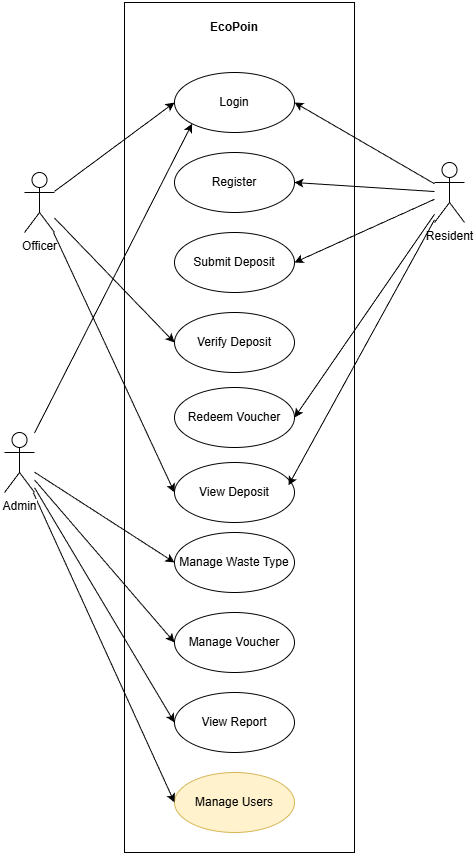
Before: SD/1-Use Case.png, a diagram exported from draw.io (riizlaah/ecopoin). Source tidied: cells renumbered, new cells last; positions are measured from the earlier drawing's top-left corner, leaving out a move shared by most shapes.
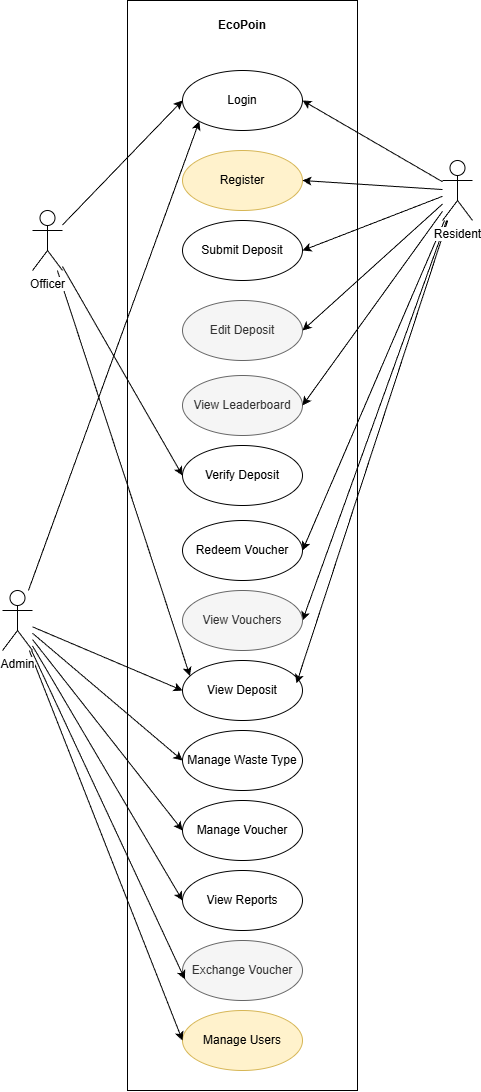
After the change.

What changed in the source:
```diff
@@ -3,7 +3,7 @@
     <mxCell id="0" />
     <mxCell id="1" parent="0" />
     <mxCell id="2" style="rounded=0;whiteSpace=wrap;html=1;" parent="1" vertex="1">
-      <mxGeometry x="120" width="230" height="850" as="geometry" />
+      <mxGeometry x="115" width="230" height="1090" as="geometry" />
     </mxCell>
     <mxCell id="3" value="EcoPoin" style="text;html=1;whiteSpace=wrap;strokeColor=none;fillColor=none;align=center;verticalAlign=middle;rounded=0;fontStyle=1;" parent="1" vertex="1">
       <mxGeometry x="200" y="10" width="60" height="30" as="geometry" />
@@ -11,80 +11,107 @@
     <mxCell id="4" value="Login" style="ellipse;whiteSpace=wrap;html=1;" parent="1" vertex="1">
       <mxGeometry x="170" y="70" width="120" height="60" as="geometry" />
     </mxCell>
-    <mxCell id="5" value="Register" style="ellipse;whiteSpace=wrap;html=1;" parent="1" vertex="1">
+    <mxCell id="5" value="Register" style="ellipse;whiteSpace=wrap;html=1;fillColor=#fff2cc;strokeColor=#d6b656;" parent="1" vertex="1">
       <mxGeometry x="170" y="150" width="120" height="60" as="geometry" />
     </mxCell>
     <mxCell id="6" value="Submit Deposit" style="ellipse;whiteSpace=wrap;html=1;" parent="1" vertex="1">
-      <mxGeometry x="170" y="230" width="120" height="60" as="geometry" />
+      <mxGeometry x="170" y="220" width="120" height="60" as="geometry" />
     </mxCell>
     <mxCell id="7" value="Verify Deposit" style="ellipse;whiteSpace=wrap;html=1;" parent="1" vertex="1">
-      <mxGeometry x="170" y="310" width="120" height="60" as="geometry" />
+      <mxGeometry x="170" y="445" width="120" height="60" as="geometry" />
     </mxCell>
     <mxCell id="8" value="Redeem Voucher" style="ellipse;whiteSpace=wrap;html=1;" parent="1" vertex="1">
-      <mxGeometry x="170" y="385" width="120" height="60" as="geometry" />
+      <mxGeometry x="170" y="520" width="120" height="60" as="geometry" />
     </mxCell>
     <mxCell id="9" value="View Deposit" style="ellipse;whiteSpace=wrap;html=1;" parent="1" vertex="1">
-      <mxGeometry x="170" y="460" width="120" height="60" as="geometry" />
+      <mxGeometry x="170" y="660" width="120" height="60" as="geometry" />
     </mxCell>
     <mxCell id="10" value="Manage Waste Type" style="ellipse;whiteSpace=wrap;html=1;" parent="1" vertex="1">
-      <mxGeometry x="170" y="530" width="120" height="60" as="geometry" />
+      <mxGeometry x="170" y="730" width="120" height="60" as="geometry" />
     </mxCell>
     <mxCell id="11" value="Manage Voucher" style="ellipse;whiteSpace=wrap;html=1;" parent="1" vertex="1">
-      <mxGeometry x="170" y="610" width="120" height="60" as="geometry" />
+      <mxGeometry x="170" y="800" width="120" height="60" as="geometry" />
     </mxCell>
-    <mxCell id="12" value="View Report" style="ellipse;whiteSpace=wrap;html=1;" parent="1" vertex="1">
-      <mxGeometry x="170" y="690" width="120" height="60" as="geometry" />
+    <mxCell id="12" value="View Reports" style="ellipse;whiteSpace=wrap;html=1;" parent="1" vertex="1">
+      <mxGeometry x="170" y="870" width="120" height="60" as="geometry" />
     </mxCell>
     <mxCell id="13" value="Manage Users" style="ellipse;whiteSpace=wrap;html=1;fillColor=#fff2cc;strokeColor=#d6b656;" parent="1" vertex="1">
-      <mxGeometry x="170" y="770" width="120" height="60" as="geometry" />
+      <mxGeometry x="170" y="1010" width="120" height="60" as="geometry" />
     </mxCell>
-    <mxCell id="14" style="rounded=0;jettySize=auto;html=1;entryX=1;entryY=0.5;entryDx=0;entryDy=0;" parent="1" edge="1" source="18" target="4">
+    <mxCell id="14" style="rounded=0;jettySize=auto;html=1;entryX=1;entryY=0.5;entryDx=0;entryDy=0;" parent="1" edge="1" source="35" target="4">
       <mxGeometry relative="1" as="geometry" />
     </mxCell>
-    <mxCell id="15" style="rounded=0;jettySize=auto;html=1;entryX=1;entryY=0.5;entryDx=0;entryDy=0;" parent="1" edge="1" source="18" target="5">
+    <mxCell id="15" style="rounded=0;jettySize=auto;html=1;entryX=1;entryY=0.5;entryDx=0;entryDy=0;" parent="1" edge="1" source="35" target="5">
       <mxGeometry relative="1" as="geometry" />
     </mxCell>
-    <mxCell id="16" style="rounded=0;jettySize=auto;html=1;entryX=1;entryY=0.5;entryDx=0;entryDy=0;" parent="1" edge="1" source="18" target="6">
+    <mxCell id="16" style="rounded=0;jettySize=auto;html=1;entryX=1;entryY=0.5;entryDx=0;entryDy=0;" parent="1" edge="1" source="35" target="6">
       <mxGeometry relative="1" as="geometry" />
     </mxCell>
-    <mxCell id="17" style="rounded=0;jettySize=auto;html=1;entryX=1;entryY=0.5;entryDx=0;entryDy=0;" parent="1" edge="1" source="18" target="8">
+    <mxCell id="17" style="rounded=0;jettySize=auto;html=1;entryX=1;entryY=0.5;entryDx=0;entryDy=0;" parent="1" edge="1" source="35" target="8">
       <mxGeometry relative="1" as="geometry" />
     </mxCell>
-    <mxCell id="18" value="Resident" style="shape=umlActor;verticalLabelPosition=bottom;verticalAlign=top;html=1;outlineConnect=0;" parent="1" vertex="1">
-      <mxGeometry x="430" y="160" width="30" height="60" as="geometry" />
+    <mxCell id="18" style="rounded=0;jettySize=auto;html=1;entryX=1;entryY=0.5;entryDx=0;entryDy=0;" parent="1" edge="1" source="35" target="31">
+      <mxGeometry relative="1" as="geometry" />
     </mxCell>
-    <mxCell id="19" style="rounded=0;jettySize=auto;html=1;entryX=0;entryY=1;entryDx=0;entryDy=0;" parent="1" edge="1" source="24" target="4">
+    <mxCell id="19" style="rounded=0;jettySize=auto;html=1;entryX=0;entryY=1;entryDx=0;entryDy=0;" parent="1" edge="1" source="25" target="4">
       <mxGeometry relative="1" as="geometry" />
     </mxCell>
-    <mxCell id="20" style="rounded=0;jettySize=auto;html=1;entryX=0;entryY=0.5;entryDx=0;entryDy=0;" parent="1" edge="1" source="24" target="10">
+    <mxCell id="20" style="rounded=0;jettySize=auto;html=1;entryX=0;entryY=0.5;entryDx=0;entryDy=0;" parent="1" edge="1" source="25" target="10">
       <mxGeometry relative="1" as="geometry" />
     </mxCell>
-    <mxCell id="21" style="rounded=0;jettySize=auto;html=1;entryX=0;entryY=0.5;entryDx=0;entryDy=0;" parent="1" edge="1" source="24" target="11">
+    <mxCell id="21" style="rounded=0;jettySize=auto;html=1;entryX=0;entryY=0.5;entryDx=0;entryDy=0;" parent="1" edge="1" source="25" target="11">
       <mxGeometry relative="1" as="geometry" />
     </mxCell>
-    <mxCell id="22" style="rounded=0;jettySize=auto;html=1;entryX=0;entryY=0.5;entryDx=0;entryDy=0;" parent="1" edge="1" source="24" target="12">
+    <mxCell id="22" style="rounded=0;jettySize=auto;html=1;entryX=0;entryY=0.5;entryDx=0;entryDy=0;" parent="1" edge="1" source="25" target="12">
       <mxGeometry relative="1" as="geometry" />
     </mxCell>
-    <mxCell id="23" style="rounded=0;jettySize=auto;html=1;entryX=0;entryY=0.5;entryDx=0;entryDy=0;" parent="1" edge="1" source="24" target="13">
+    <mxCell id="23" style="rounded=0;jettySize=auto;html=1;entryX=0;entryY=0.5;entryDx=0;entryDy=0;" parent="1" edge="1" source="25" target="13">
       <mxGeometry relative="1" as="geometry" />
     </mxCell>
-    <mxCell id="24" value="Admin" style="shape=umlActor;verticalLabelPosition=bottom;verticalAlign=top;html=1;outlineConnect=0;fillColor=default;labelBackgroundColor=default;" parent="1" vertex="1">
-      <mxGeometry y="430" width="30" height="60" as="geometry" />
+    <mxCell id="24" style="rounded=0;jettySize=auto;html=1;entryX=0;entryY=0.5;entryDx=0;entryDy=0;" parent="1" edge="1" source="25" target="9">
+      <mxGeometry relative="1" as="geometry" />
     </mxCell>
-    <mxCell id="25" style="rounded=0;jettySize=auto;html=1;entryX=0;entryY=0.5;entryDx=0;entryDy=0;" parent="1" edge="1" source="28" target="4">
-      <mxGeometry relative="1" as="geometry" />
+    <mxCell id="25" value="Admin" style="shape=umlActor;verticalLabelPosition=bottom;verticalAlign=top;html=1;outlineConnect=0;fillColor=default;labelBackgroundColor=default;" parent="1" vertex="1">
+      <mxGeometry x="-10" y="590" width="30" height="60" as="geometry" />
     </mxCell>
-    <mxCell id="26" style="rounded=0;jettySize=auto;html=1;entryX=0;entryY=0.5;entryDx=0;entryDy=0;" parent="1" edge="1" source="28" target="7">
+    <mxCell id="26" style="rounded=0;jettySize=auto;html=1;entryX=0;entryY=0.5;entryDx=0;entryDy=0;" parent="1" edge="1" source="29" target="4">
       <mxGeometry relative="1" as="geometry" />
     </mxCell>
-    <mxCell id="27" style="rounded=0;jettySize=auto;html=1;entryX=0;entryY=0.5;entryDx=0;entryDy=0;" parent="1" edge="1" source="28" target="9">
+    <mxCell id="27" style="rounded=0;jettySize=auto;html=1;entryX=0;entryY=0.5;entryDx=0;entryDy=0;" parent="1" edge="1" source="29" target="7">
       <mxGeometry relative="1" as="geometry" />
     </mxCell>
-    <mxCell id="28" value="Officer" style="shape=umlActor;verticalLabelPosition=bottom;verticalAlign=top;html=1;outlineConnect=0;" parent="1" vertex="1">
-      <mxGeometry x="20" y="170" width="30" height="60" as="geometry" />
+    <mxCell id="28" style="rounded=0;jettySize=auto;html=1;entryX=0.062;entryY=0.257;entryDx=0;entryDy=0;entryPerimeter=0;" parent="1" edge="1" source="29" target="9">
+      <mxGeometry relative="1" as="geometry" />
     </mxCell>
-    <mxCell id="29" style="rounded=0;jettySize=auto;html=1;entryX=0.95;entryY=0.38;entryDx=0;entryDy=0;entryPerimeter=0;" parent="1" edge="1" source="18" target="9">
-      <mxGeometry relative="1" as="geometry" />
+    <mxCell id="29" value="Officer" style="shape=umlActor;verticalLabelPosition=bottom;verticalAlign=top;html=1;outlineConnect=0;labelBackgroundColor=default;" parent="1" vertex="1">
+      <mxGeometry x="20" y="210" width="30" height="60" as="geometry" />
     </mxCell>
+    <mxCell id="30" style="rounded=0;jettySize=auto;html=1;entryX=0.95;entryY=0.38;entryDx=0;entryDy=0;entryPerimeter=0;" parent="1" edge="1" source="35" target="9">
+      <mxGeometry relative="1" as="geometry" />
+    </mxCell>
+    <mxCell id="31" value="Edit Deposit" style="ellipse;whiteSpace=wrap;html=1;fillColor=#f5f5f5;fontColor=#333333;strokeColor=#666666;" parent="1" vertex="1">
+      <mxGeometry x="170" y="300" width="120" height="60" as="geometry" />
+    </mxCell>
+    <mxCell id="32" value="View Leaderboard" style="ellipse;whiteSpace=wrap;html=1;fillColor=#f5f5f5;fontColor=#333333;strokeColor=#666666;" parent="1" vertex="1">
+      <mxGeometry x="170" y="375" width="120" height="60" as="geometry" />
+    </mxCell>
+    <mxCell id="33" style="rounded=0;jettySize=auto;html=1;entryX=1;entryY=0.5;entryDx=0;entryDy=0;" parent="1" edge="1" source="35" target="32">
+      <mxGeometry relative="1" as="geometry" />
+    </mxCell>
+    <mxCell id="34" style="rounded=0;jettySize=auto;html=1;entryX=1;entryY=0.5;entryDx=0;entryDy=0;" parent="1" edge="1" source="35" target="36">
+      <mxGeometry relative="1" as="geometry" />
+    </mxCell>
+    <mxCell id="35" value="Resident" style="shape=umlActor;verticalLabelPosition=bottom;verticalAlign=top;html=1;outlineConnect=0;labelBackgroundColor=default;spacing=2;spacingTop=0;spacingLeft=0;spacingBottom=0;" parent="1" vertex="1">
+      <mxGeometry x="430" y="160" width="30" height="60" as="geometry" />
+    </mxCell>
+    <mxCell id="36" value="View Vouchers" style="ellipse;whiteSpace=wrap;html=1;fillColor=#f5f5f5;fontColor=#333333;strokeColor=#666666;" parent="1" vertex="1">
+      <mxGeometry x="170" y="590" width="120" height="60" as="geometry" />
+    </mxCell>
+    <mxCell id="37" value="Exchange Voucher" style="ellipse;whiteSpace=wrap;html=1;fillColor=#f5f5f5;fontColor=#333333;strokeColor=#666666;" parent="1" vertex="1">
+      <mxGeometry x="170" y="940" width="120" height="60" as="geometry" />
+    </mxCell>
+    <mxCell id="38" style="rounded=0;jettySize=auto;html=1;entryX=0.02;entryY=0.647;entryDx=0;entryDy=0;entryPerimeter=0;" parent="1" edge="1" source="25" target="37">
+      <mxGeometry relative="1" as="geometry" />
+    </mxCell>
   </root>
 </mxGraphModel>
```
